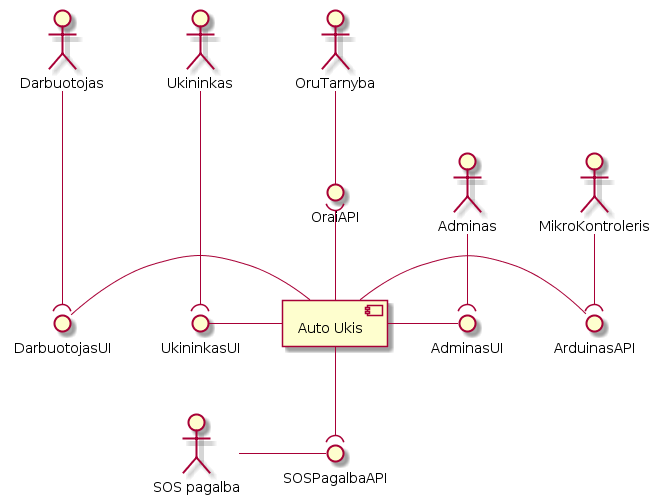
This is Latex/L0V2.png from macro161/autoukis, a PlantUML export, as it was before one commit.
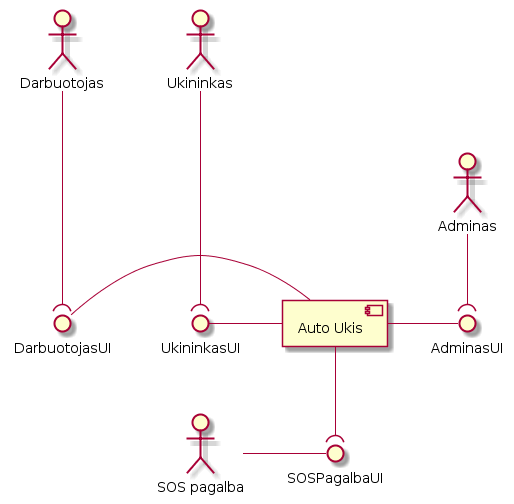
The same file after the commit.

The edit, as a diff of the source:
```diff
@@ -5,13 +5,9 @@
 [Auto Ukis] -left--() UkininkasUI
 [Auto Ukis] -right-() AdminasUI
 [Auto Ukis] -left--() DarbuotojasUI
-[Auto Ukis] -() ArduinasAPI
 :Darbuotojas: -down--(DarbuotojasUI
 :Ukininkas: -down--( UkininkasUI
 :Adminas: -down-( AdminasUI
-:MikroKontroleris: -down-( ArduinasAPI
-:SOS pagalba: -right-() SOSPagalbaAPI
-:OruTarnyba:-down-() OraiAPI
-[Auto Ukis] -down-( SOSPagalbaAPI
-[Auto Ukis] -up-( OraiAPI
+:SOS pagalba: -right-() SOSPagalbaUI
+[Auto Ukis] -down-( SOSPagalbaUI
 @enduml
```
